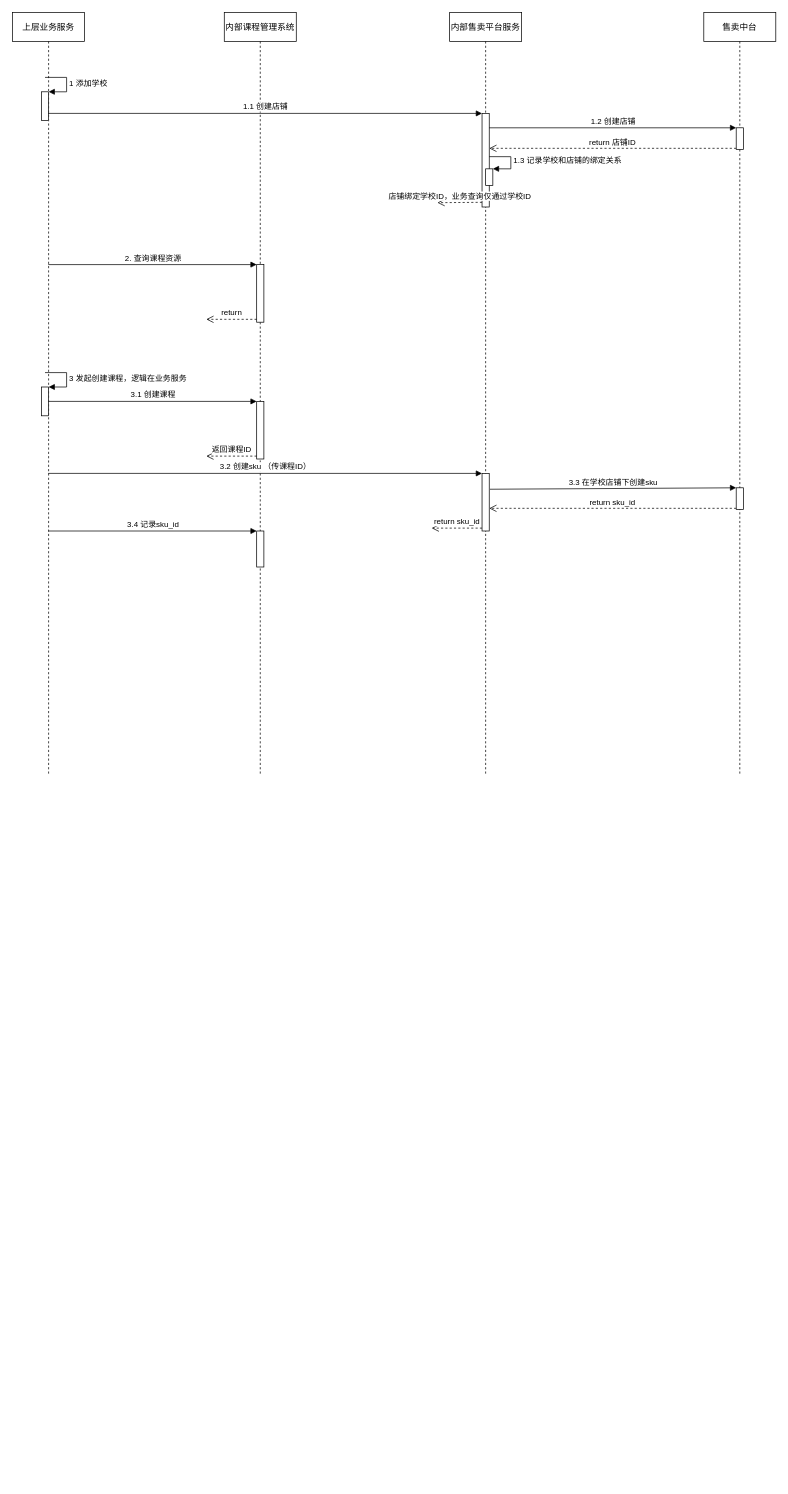
Before: 330-售卖平台时序图.drawio in wgyuuu/flow_chart, a draw.io diagram. Source tidied: cells renumbered, new cells numbered last; positions are measured from the earlier drawing's top-left corner, leaving out a move shared by most shapes. Both pictures are drawn from the tidied source at 72%, with x=0, y=0 at pixel (12, 12).
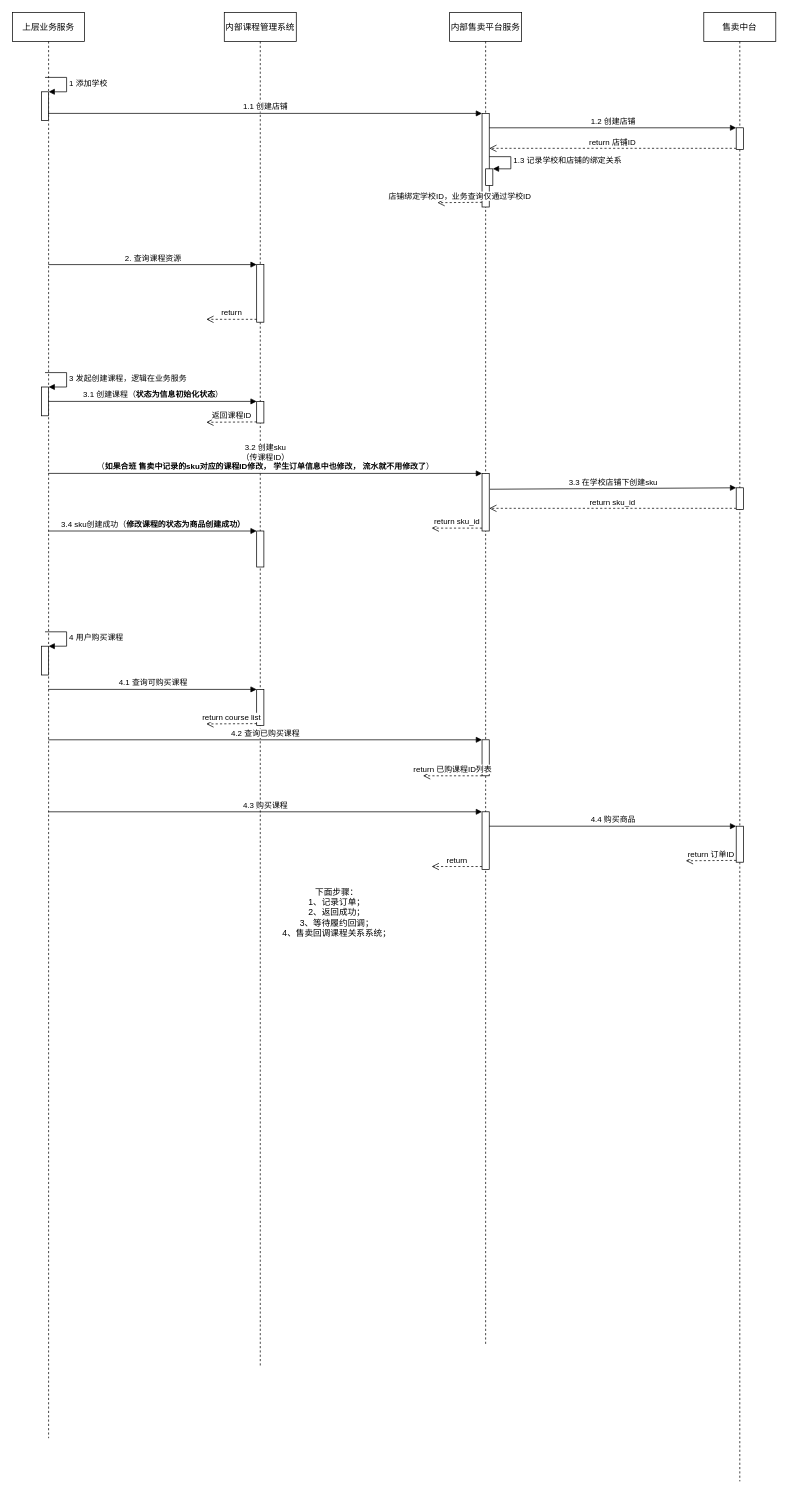
The same diagram, later.

Commit message (it also covers changes not shown here):
Update 330-售卖平台时序图.drawio

The change refers to these unchanged cells:
```xml
<mxCell id="3" style="html=1;points=[];perimeter=orthogonalPerimeter;" parent="2" vertex="1">
  <mxGeometry x="40" y="520" width="10" height="40" as="geometry" />
</mxCell>
<mxCell id="8" style="html=1;points=[];perimeter=orthogonalPerimeter;" parent="7" vertex="1">
  <mxGeometry x="45" y="640" width="10" height="80" as="geometry" />
</mxCell>
<mxCell id="22" style="html=1;points=[];perimeter=orthogonalPerimeter;" parent="17" vertex="1">
  <mxGeometry x="45" y="720" width="10" height="50" as="geometry" />
</mxCell>
```

Diff of the diagram source:
```diff
@@
     <mxCell id="2" value="上层业务服务" style="shape=umlLifeline;perimeter=lifelinePerimeter;whiteSpace=wrap;html=1;outlineConnect=0;" parent="1" vertex="1">
-      <mxGeometry width="100" height="1060" as="geometry" />
+      <mxGeometry width="100" height="1980" as="geometry" />
     </mxCell>
@@
+    <mxCell id="32" style="html=1;points=[];perimeter=orthogonalPerimeter;" parent="2" vertex="1">
+      <mxGeometry x="40" y="880" width="10" height="40" as="geometry" />
+    </mxCell>
+    <mxCell id="33" value="4 用户购买课程" style="edgeStyle=orthogonalEdgeStyle;html=1;align=left;spacingLeft=2;endArrow=block;rounded=0;entryX=1;entryY=0;" parent="2" edge="1" target="32">
+      <mxGeometry relative="1" as="geometry">
+        <mxPoint x="45" y="860" as="sourcePoint" />
+        <Array as="points">
+          <mxPoint x="75" y="860" />
+        </Array>
+      </mxGeometry>
+    </mxCell>
     <mxCell id="7" value="内部售卖平台服务" style="shape=umlLifeline;perimeter=lifelinePerimeter;whiteSpace=wrap;html=1;" parent="1" vertex="1">
-      <mxGeometry x="607" width="100" height="1060" as="geometry" />
+      <mxGeometry x="607" width="100" height="1850" as="geometry" />
     </mxCell>
@@
+    <mxCell id="34" style="html=1;points=[];perimeter=orthogonalPerimeter;" parent="7" vertex="1">
+      <mxGeometry x="45" y="1010" width="10" height="50" as="geometry" />
+    </mxCell>
+    <mxCell id="35" value="return 已购课程ID列表" style="html=1;verticalAlign=bottom;endArrow=open;dashed=1;endSize=8;rounded=0;" parent="7" edge="1" source="34">
+      <mxGeometry relative="1" as="geometry">
+        <mxPoint x="-37" y="1060" as="targetPoint" />
+      </mxGeometry>
+    </mxCell>
+    <mxCell id="36" style="html=1;points=[];perimeter=orthogonalPerimeter;" parent="7" vertex="1">
+      <mxGeometry x="45" y="1110" width="10" height="80" as="geometry" />
+    </mxCell>
+    <mxCell id="37" value="return" style="html=1;verticalAlign=bottom;endArrow=open;dashed=1;endSize=8;exitX=0;exitY=0.95;rounded=0;" parent="7" edge="1" source="36">
+      <mxGeometry relative="1" as="geometry">
+        <mxPoint x="-25" y="1186" as="targetPoint" />
+      </mxGeometry>
+    </mxCell>
     <mxCell id="14" value="售卖中台" style="shape=umlLifeline;perimeter=lifelinePerimeter;whiteSpace=wrap;html=1;" parent="1" vertex="1">
-      <mxGeometry x="960" width="100" height="1060" as="geometry" />
+      <mxGeometry x="960" width="100" height="2040" as="geometry" />
     </mxCell>
@@
+    <mxCell id="38" style="html=1;points=[];perimeter=orthogonalPerimeter;" parent="14" vertex="1">
+      <mxGeometry x="45" y="1130" width="10" height="50" as="geometry" />
+    </mxCell>
+    <mxCell id="39" value="return 订单ID" style="html=1;verticalAlign=bottom;endArrow=open;dashed=1;endSize=8;exitX=0;exitY=0.95;rounded=0;" parent="14" edge="1" source="38">
+      <mxGeometry relative="1" as="geometry">
+        <mxPoint x="-25" y="1178" as="targetPoint" />
+      </mxGeometry>
+    </mxCell>
     <mxCell id="17" value="内部课程管理系统" style="shape=umlLifeline;perimeter=lifelinePerimeter;whiteSpace=wrap;html=1;" parent="1" vertex="1">
-      <mxGeometry x="294" width="100" height="1060" as="geometry" />
+      <mxGeometry x="294" width="100" height="1880" as="geometry" />
     </mxCell>
@@
     <mxCell id="20" style="html=1;points=[];perimeter=orthogonalPerimeter;" parent="17" vertex="1">
-      <mxGeometry x="45" y="540" width="10" height="80" as="geometry" />
+      <mxGeometry x="45" y="540" width="10" height="30" as="geometry" />
     </mxCell>
     <mxCell id="21" value="返回课程ID" style="html=1;verticalAlign=bottom;endArrow=open;dashed=1;endSize=8;exitX=0;exitY=0.95;rounded=0;" parent="17" edge="1" source="20">
       <mxGeometry relative="1" as="geometry">
-        <mxPoint x="-25" y="616" as="targetPoint" />
+        <mxPoint x="-25" y="569" as="targetPoint" />
       </mxGeometry>
     </mxCell>
@@
+    <mxCell id="40" style="html=1;points=[];perimeter=orthogonalPerimeter;" parent="17" vertex="1">
+      <mxGeometry x="45" y="940" width="10" height="50" as="geometry" />
+    </mxCell>
+    <mxCell id="41" value="return course list" style="html=1;verticalAlign=bottom;endArrow=open;dashed=1;endSize=8;exitX=0;exitY=0.95;rounded=0;" parent="17" edge="1" source="40">
+      <mxGeometry relative="1" as="geometry">
+        <mxPoint x="-25" y="988" as="targetPoint" />
+      </mxGeometry>
+    </mxCell>
@@
-    <mxCell id="24" value="3.1 创建课程" style="html=1;verticalAlign=bottom;endArrow=block;entryX=0;entryY=0;rounded=0;" parent="1" edge="1" source="3" target="20">
+    <mxCell id="24" value="3.1 创建课程（&lt;b&gt;状态为信息初始化状态&lt;/b&gt;）" style="html=1;verticalAlign=bottom;endArrow=block;entryX=0;entryY=0;rounded=0;" parent="1" edge="1" source="3" target="20">
       <mxGeometry relative="1" as="geometry" />
     </mxCell>
-    <mxCell id="25" value="3.2 创建sku （传课程ID）" style="html=1;verticalAlign=bottom;endArrow=block;entryX=0;entryY=0;rounded=0;" parent="1" edge="1" target="8">
+    <mxCell id="25" value="3.2 创建sku &lt;br&gt;（传课程ID）&lt;br&gt;（&lt;b&gt;如果合班 售卖中记录的sku对应的课程ID修改， 学生订单信息中也修改， 流水就不用修改了&lt;/b&gt;）" style="html=1;verticalAlign=bottom;endArrow=block;entryX=0;entryY=0;rounded=0;" parent="1" edge="1" target="8">
       <mxGeometry relative="1" as="geometry">
         <mxPoint x="49.5" y="640" as="sourcePoint" />
       </mxGeometry>
     </mxCell>
@@
-    <mxCell id="31" value="3.4 记录sku_id" style="html=1;verticalAlign=bottom;endArrow=block;entryX=0;entryY=0;rounded=0;" parent="1" edge="1" source="2" target="22">
+    <mxCell id="31" value="3.4 sku创建成功（&lt;b&gt;修改课程的状态为商品创建成功）&lt;/b&gt;" style="html=1;verticalAlign=bottom;endArrow=block;entryX=0;entryY=0;rounded=0;" parent="1" edge="1" source="2" target="22">
       <mxGeometry relative="1" as="geometry" />
     </mxCell>
+    <mxCell id="42" value="4.1 查询可购买课程" style="html=1;verticalAlign=bottom;endArrow=block;entryX=0;entryY=0;rounded=0;" parent="1" edge="1" source="2" target="40">
+      <mxGeometry relative="1" as="geometry" />
+    </mxCell>
+    <mxCell id="43" value="4.2 查询已购买课程" style="html=1;verticalAlign=bottom;endArrow=block;entryX=0;entryY=0;rounded=0;" parent="1" edge="1" source="2" target="34">
+      <mxGeometry relative="1" as="geometry" />
+    </mxCell>
+    <mxCell id="44" value="4.3 购买课程" style="html=1;verticalAlign=bottom;endArrow=block;entryX=0;entryY=0;rounded=0;" parent="1" edge="1" source="2" target="36">
+      <mxGeometry relative="1" as="geometry" />
+    </mxCell>
+    <mxCell id="45" value="4.4 购买商品" style="html=1;verticalAlign=bottom;endArrow=block;entryX=0;entryY=0;rounded=0;" parent="1" edge="1" source="36" target="38">
+      <mxGeometry relative="1" as="geometry" />
+    </mxCell>
+    <mxCell id="46" value="下面步骤：&lt;br&gt;1、记录订单；&lt;br&gt;2、返回成功；&lt;br&gt;3、等待履约回调；&lt;br&gt;4、售卖回调课程关系系统；" style="text;html=1;align=center;verticalAlign=middle;strokeColor=none;fillColor=none;" parent="1" vertex="1">
+      <mxGeometry x="365" y="1210" width="170" height="80" as="geometry" />
+    </mxCell>
```
